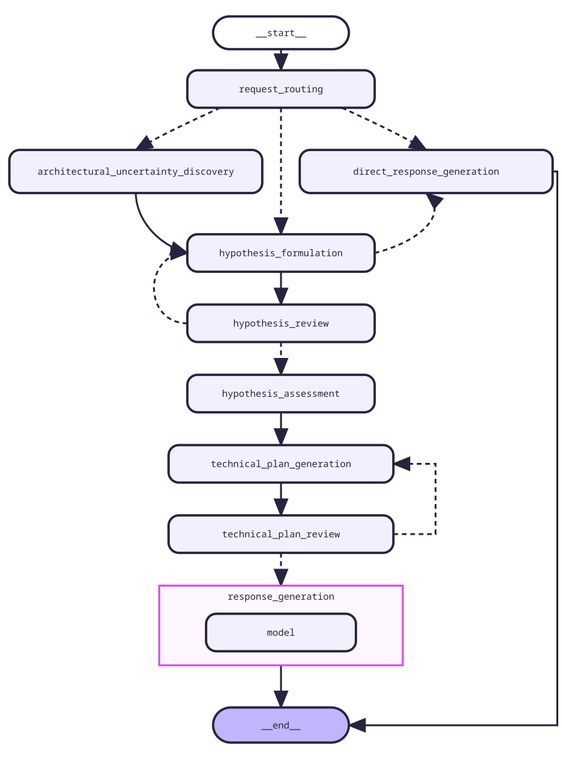
The Mermaid diagram docs/architecture/archhypo-flow-agent.png in archhypo-ai/archflow-solo, before a commit. Its source is kept beside it as docs/architecture/archhypo-flow-agent.mmd.
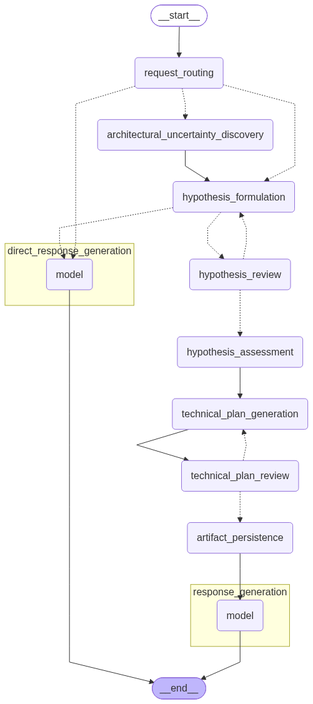
The same diagram one commit later.

Diff of the diagram source:
```diff
@@ -12,9 +12,11 @@
 	hypothesis_review(hypothesis_review)
 	technical_plan_generation(technical_plan_generation)
 	technical_plan_review(technical_plan_review)
+	artifact_persistence(artifact_persistence)
 	__end__([<p>__end__</p>]):::last
 	__start__ --> request_routing;
 	architectural_uncertainty_discovery --> hypothesis_formulation;
+	artifact_persistence --> response_generation\3amodel;
 	hypothesis_assessment --> technical_plan_generation;
 	hypothesis_formulation -.-> direct_response_generation\3amodel;
 	hypothesis_formulation -.-> hypothesis_review;
@@ -24,7 +26,7 @@
 	request_routing -.-> direct_response_generation\3amodel;
 	request_routing -.-> hypothesis_formulation;
 	technical_plan_generation --> technical_plan_review;
-	technical_plan_review -.-> response_generation\3amodel;
+	technical_plan_review -.-> artifact_persistence;
 	technical_plan_review -.-> technical_plan_generation;
 	direct_response_generation\3amodel --> __end__;
 	response_generation\3amodel --> __end__;
```
